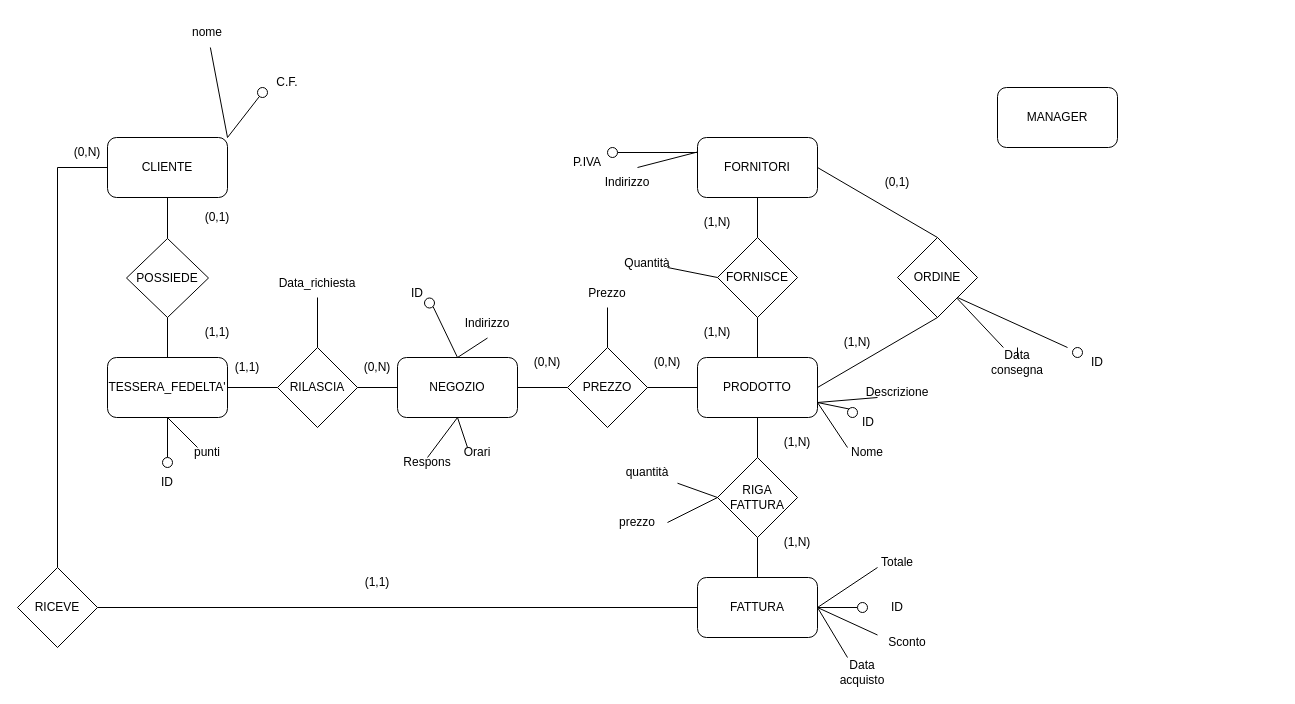
This is docs/schema_ER/Diagramma_ER_Ristrutturato.drawio from Giann8/Progetto_DB_UNI, a draw.io file, before an edit. Source tidied: cells renumbered, new cells numbered last; positions are measured from the earlier drawing's top-left corner, leaving out a move shared by most shapes. Both pictures are drawn from the tidied source at 100%, with x=0, y=0 at pixel (17, 17).
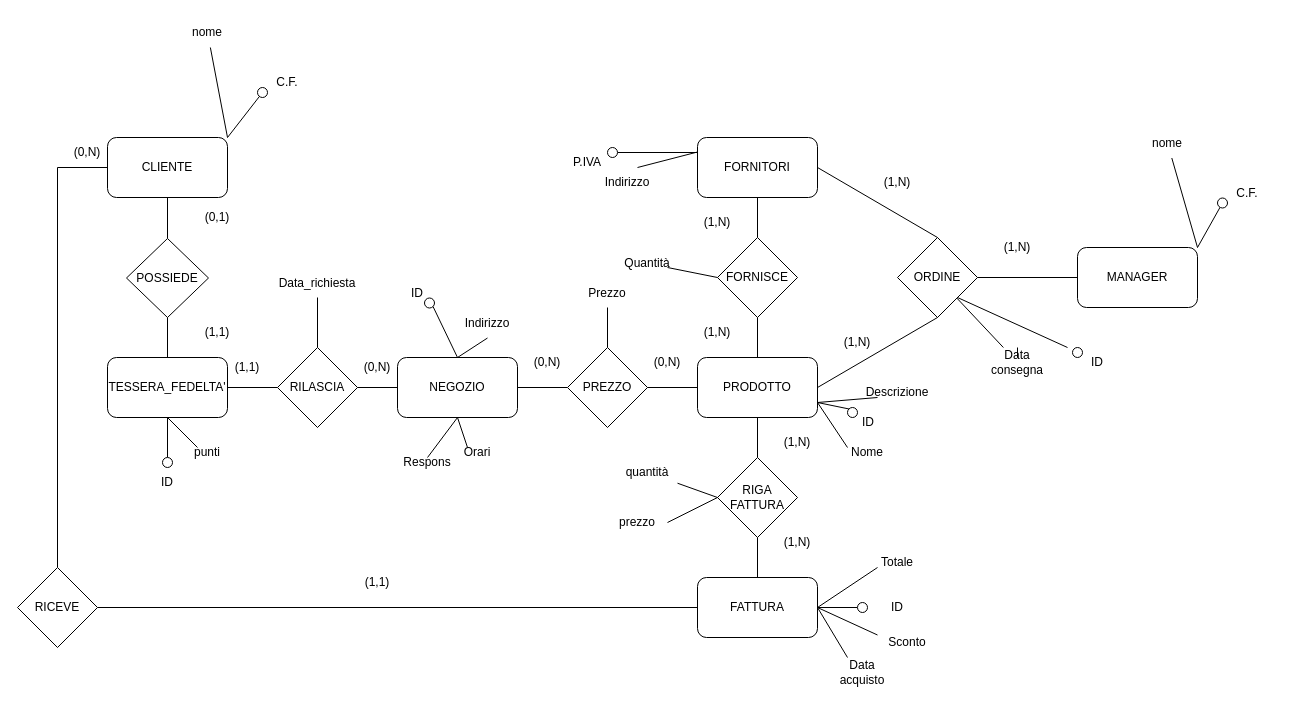
The same page after the edit.

The change refers to these unchanged cells:
```xml
<mxCell id="26" value="ORDINE" style="rhombus;whiteSpace=wrap;html=1;" parent="1" vertex="1">
  <mxGeometry x="880" y="220" width="80" height="80" as="geometry" />
</mxCell>
```

Diff of the diagram source:
```diff
@@
     <mxCell id="8" value="MANAGER" style="rounded=1;whiteSpace=wrap;html=1;" parent="1" vertex="1">
-      <mxGeometry x="980" y="70" width="120" height="60" as="geometry" />
+      <mxGeometry x="1060" y="230" width="120" height="60" as="geometry" />
     </mxCell>
@@
-    <mxCell id="43" value="(0,1)" style="text;html=1;align=center;verticalAlign=middle;whiteSpace=wrap;rounded=0;" parent="1" vertex="1">
+    <mxCell id="43" value="(1,N)" style="text;html=1;align=center;verticalAlign=middle;whiteSpace=wrap;rounded=0;" parent="1" vertex="1">
       <mxGeometry x="850" y="150" width="60" height="30" as="geometry" />
     </mxCell>
@@
+    <mxCell id="101" style="endArrow=none;html=1;rounded=0;exitX=1;exitY=0.5;exitDx=0;exitDy=0;entryX=0;entryY=0.5;entryDx=0;entryDy=0;" parent="1" edge="1" source="26" target="8">
+      <mxGeometry relative="1" as="geometry" />
+    </mxCell>
+    <mxCell id="102" value="(1,N)" style="text;html=1;align=center;verticalAlign=middle;whiteSpace=wrap;rounded=0;" parent="1" vertex="1">
+      <mxGeometry x="970" y="215" width="60" height="30" as="geometry" />
+    </mxCell>
+    <mxCell id="103" style="endArrow=none;html=1;rounded=0;exitX=1;exitY=0;exitDx=0;exitDy=0;" parent="1" edge="1" source="8" target="104">
+      <mxGeometry relative="1" as="geometry" />
+    </mxCell>
+    <mxCell id="104" style="ellipse;whiteSpace=wrap;html=1;" parent="1" vertex="1">
+      <mxGeometry x="1200" y="180.5" width="10" height="10" as="geometry" />
+    </mxCell>
+    <mxCell id="105" value="C.F." style="text;html=1;align=center;verticalAlign=middle;whiteSpace=wrap;rounded=0;" parent="1" vertex="1">
+      <mxGeometry x="1200" y="160.5" width="60" height="30" as="geometry" />
+    </mxCell>
+    <mxCell id="106" style="endArrow=none;html=1;rounded=0;exitX=1;exitY=0;exitDx=0;exitDy=0;" parent="1" edge="1" source="8" target="107">
+      <mxGeometry relative="1" as="geometry" />
+    </mxCell>
+    <mxCell id="107" value="nome" style="text;html=1;align=center;verticalAlign=middle;whiteSpace=wrap;rounded=0;" parent="1" vertex="1">
+      <mxGeometry x="1120" y="110.5" width="60" height="30" as="geometry" />
+    </mxCell>
```
